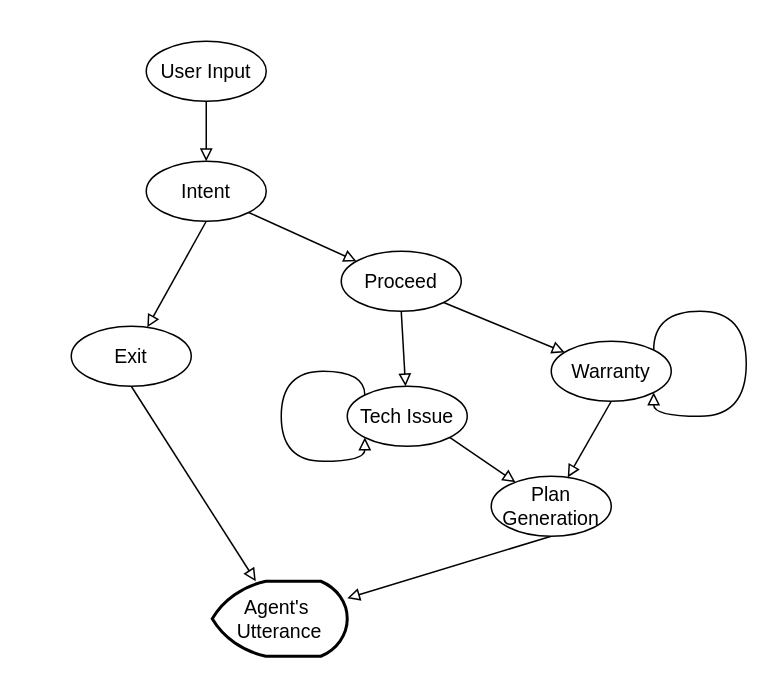
Before: page "GoT" (3 of 6) of doc/XoT_Tutorial_Diagrams.drawio in Dingdong-LIU/XoT_Tutorial, a draw.io diagram. Source tidied: cells renumbered, new cells numbered last; positions are measured from the earlier drawing's top-left corner, leaving out a move shared by most shapes. Both pictures are drawn from the tidied source at 150%, with x=0, y=0 at pixel (70, 40).
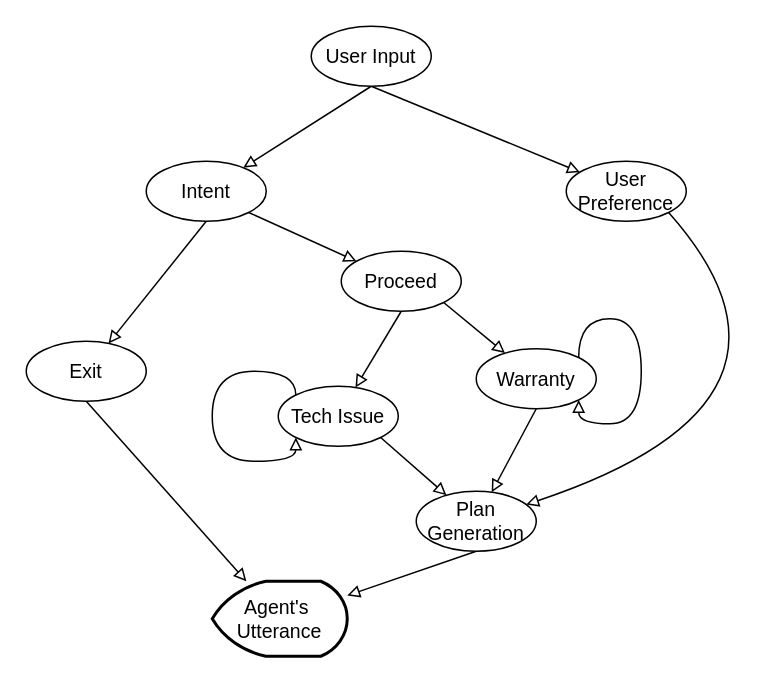
The same page after the edit.

What changed in the source:
```diff
@@
+    <mxCell id="22" style="edgeStyle=none;rounded=0;jettySize=auto;html=1;exitX=0.5;exitY=1;exitDx=0;exitDy=0;strokeColor=default;strokeWidth=1;align=center;verticalAlign=middle;fontFamily=Helvetica;fontSize=13;fontColor=default;labelBackgroundColor=default;endArrow=block;endFill=0;" parent="1" edge="1" source="3" target="24">
+      <mxGeometry relative="1" as="geometry" />
+    </mxCell>
     <mxCell id="3" value="User Input" style="ellipse;whiteSpace=wrap;html=1;fontSize=13;" parent="1" vertex="1">
-      <mxGeometry x="50" width="80" height="40" as="geometry" />
+      <mxGeometry x="160" y="-10" width="80" height="40" as="geometry" />
     </mxCell>
@@
     <mxCell id="8" value="Exit" style="ellipse;whiteSpace=wrap;html=1;fontSize=13;" parent="1" vertex="1">
-      <mxGeometry y="190" width="80" height="40" as="geometry" />
+      <mxGeometry x="-30" y="200" width="80" height="40" as="geometry" />
     </mxCell>
@@
     <mxCell id="13" style="edgeStyle=orthogonalEdgeStyle;rounded=0;orthogonalLoop=1;jettySize=auto;html=1;exitX=0;exitY=0;exitDx=0;exitDy=0;strokeColor=default;strokeWidth=1;align=center;verticalAlign=middle;fontFamily=Helvetica;fontSize=13;fontColor=default;labelBackgroundColor=default;endArrow=block;endFill=0;curved=1;entryX=0;entryY=1;entryDx=0;entryDy=0;" parent="1" edge="1" source="15" target="15">
       <mxGeometry relative="1" as="geometry">
         <Array as="points">
-          <mxPoint x="196" y="220" />
-          <mxPoint x="140" y="220" />
-          <mxPoint x="140" y="280" />
-          <mxPoint x="196" y="280" />
+          <mxPoint x="150" y="220" />
+          <mxPoint x="94" y="220" />
+          <mxPoint x="94" y="280" />
+          <mxPoint x="150" y="280" />
         </Array>
       </mxGeometry>
     </mxCell>
@@
     <mxCell id="15" value="Tech Issue" style="ellipse;whiteSpace=wrap;html=1;fontSize=13;" parent="1" vertex="1">
-      <mxGeometry x="184" y="230" width="80" height="40" as="geometry" />
+      <mxGeometry x="138" y="230" width="80" height="40" as="geometry" />
     </mxCell>
@@
     <mxCell id="17" value="Warranty" style="ellipse;whiteSpace=wrap;html=1;fontSize=13;" parent="1" vertex="1">
-      <mxGeometry x="320" y="200" width="80" height="40" as="geometry" />
+      <mxGeometry x="270" y="205" width="80" height="40" as="geometry" />
     </mxCell>
@@
     <mxCell id="19" style="edgeStyle=orthogonalEdgeStyle;rounded=0;orthogonalLoop=1;jettySize=auto;html=1;exitX=1;exitY=0;exitDx=0;exitDy=0;entryX=1;entryY=1;entryDx=0;entryDy=0;strokeColor=default;strokeWidth=1;align=center;verticalAlign=middle;fontFamily=Helvetica;fontSize=13;fontColor=default;labelBackgroundColor=default;endArrow=block;endFill=0;curved=1;" parent="1" edge="1" source="17" target="17">
       <mxGeometry relative="1" as="geometry">
         <Array as="points">
-          <mxPoint x="388" y="180" />
-          <mxPoint x="450" y="180" />
-          <mxPoint x="450" y="250" />
-          <mxPoint x="388" y="250" />
+          <mxPoint x="338" y="185" />
+          <mxPoint x="380" y="185" />
+          <mxPoint x="380" y="255" />
+          <mxPoint x="338" y="255" />
         </Array>
       </mxGeometry>
     </mxCell>
@@
     <mxCell id="21" value="Plan Generation" style="ellipse;whiteSpace=wrap;html=1;fontSize=13;" parent="1" vertex="1">
-      <mxGeometry x="280" y="290" width="80" height="40" as="geometry" />
+      <mxGeometry x="230" y="300" width="80" height="40" as="geometry" />
     </mxCell>
+    <mxCell id="23" style="rounded=0;jettySize=auto;html=1;exitX=1;exitY=1;exitDx=0;exitDy=0;strokeColor=default;strokeWidth=1;align=center;verticalAlign=middle;fontFamily=Helvetica;fontSize=13;fontColor=default;labelBackgroundColor=default;endArrow=block;endFill=0;curved=1;" parent="1" edge="1" source="24" target="21">
+      <mxGeometry relative="1" as="geometry">
+        <Array as="points">
+          <mxPoint x="510" y="240" />
+        </Array>
+      </mxGeometry>
+    </mxCell>
+    <mxCell id="24" value="User Preference" style="ellipse;whiteSpace=wrap;html=1;fontSize=13;" parent="1" vertex="1">
+      <mxGeometry x="330" y="80" width="80" height="40" as="geometry" />
+    </mxCell>
```
